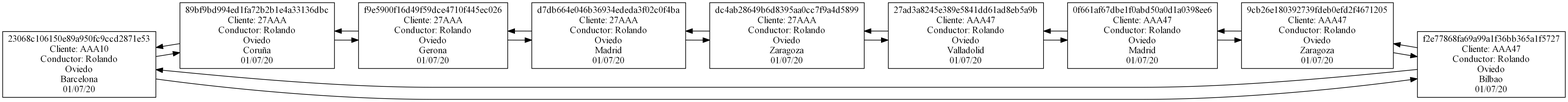
Pegre369/-EDD-Proyecto2_201701187_201706357 keeps this Graphviz diagram as [EDD]Proyecto2/Bloc_Viaje.png. Above is the earlier version. Its source is kept beside it as [EDD]Proyecto2/Bloc_Viaje.dot.
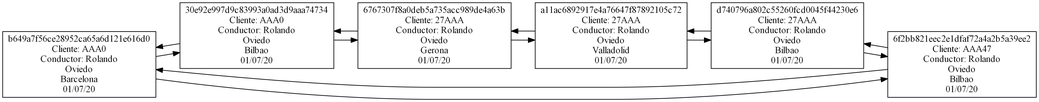
Above is the later version.

What changed in the source:
```diff
@@ -2,76 +2,52 @@
  rankdir=LR
  node[shape=box];
 graph [ dpi = 300 ];
-D23068c106150e89a950fc9ccd2871e53[label="23068c106150e89a950fc9ccd2871e53
-Cliente: AAA10
+Db649a7f56ce28952ca65a6d121e616d0[label="b649a7f56ce28952ca65a6d121e616d0
+Cliente: AAA0
 Conductor: Rolando
 Oviedo
 Barcelona
 01/07/20"];
-D89bf9bd994ed1fa72b2b1e4a33136dbc[label="89bf9bd994ed1fa72b2b1e4a33136dbc
-Cliente: 27AAA
+D30e92e997d9c83993a0ad3d9aaa74734[label="30e92e997d9c83993a0ad3d9aaa74734
+Cliente: AAA0
 Conductor: Rolando
 Oviedo
-Coruña
+Bilbao
 01/07/20"];
-Df9e5900f16d49f59dce4710f445ec026[label="f9e5900f16d49f59dce4710f445ec026
+D6767307f8a0deb5a735acc989de4a63b[label="6767307f8a0deb5a735acc989de4a63b
 Cliente: 27AAA
 Conductor: Rolando
 Oviedo
 Gerona
 01/07/20"];
-Dd7db664e046b36934ededa3f02c0f4ba[label="d7db664e046b36934ededa3f02c0f4ba
+Da11ac6892917e4a76647f87892105c72[label="a11ac6892917e4a76647f87892105c72
 Cliente: 27AAA
-Conductor: Rolando
-Oviedo
-Madrid
-01/07/20"];
-Ddc4ab28649b6d8395aa0cc7f9a4d5899[label="dc4ab28649b6d8395aa0cc7f9a4d5899
-Cliente: 27AAA
-Conductor: Rolando
-Oviedo
-Zaragoza
-01/07/20"];
-D27ad3a8245e389e5841dd61ad8eb5a9b[label="27ad3a8245e389e5841dd61ad8eb5a9b
-Cliente: AAA47
 Conductor: Rolando
 Oviedo
 Valladolid
 01/07/20"];
-D0f661af67dbe1f0abd50a0d1a0398ee6[label="0f661af67dbe1f0abd50a0d1a0398ee6
-Cliente: AAA47
+Dd740796a802c55260fcd0045f44230e6[label="d740796a802c55260fcd0045f44230e6
+Cliente: 27AAA
 Conductor: Rolando
 Oviedo
-Madrid
+Bilbao
 01/07/20"];
-D9cb26e180392739fdeb0efd2f4671205[label="9cb26e180392739fdeb0efd2f4671205
-Cliente: AAA47
-Conductor: Rolando
-Oviedo
-Zaragoza
-01/07/20"];
-Df2e77868fa69a99a1f36bb365a1f5727[label="f2e77868fa69a99a1f36bb365a1f5727
+D6f2bb821eec2e1dfaf72a4a2b5a39ee2[label="6f2bb821eec2e1dfaf72a4a2b5a39ee2
 Cliente: AAA47
 Conductor: Rolando
 Oviedo
 Bilbao
 01/07/20"];
-D23068c106150e89a950fc9ccd2871e53->D89bf9bd994ed1fa72b2b1e4a33136dbc
-D23068c106150e89a950fc9ccd2871e53->Df2e77868fa69a99a1f36bb365a1f5727
-D89bf9bd994ed1fa72b2b1e4a33136dbc->Df9e5900f16d49f59dce4710f445ec026
-D89bf9bd994ed1fa72b2b1e4a33136dbc->D23068c106150e89a950fc9ccd2871e53
-Df9e5900f16d49f59dce4710f445ec026->Dd7db664e046b36934ededa3f02c0f4ba
-Df9e5900f16d49f59dce4710f445ec026->D89bf9bd994ed1fa72b2b1e4a33136dbc
-Dd7db664e046b36934ededa3f02c0f4ba->Ddc4ab28649b6d8395aa0cc7f9a4d5899
-Dd7db664e046b36934ededa3f02c0f4ba->Df9e5900f16d49f59dce4710f445ec026
-Ddc4ab28649b6d8395aa0cc7f9a4d5899->D27ad3a8245e389e5841dd61ad8eb5a9b
-Ddc4ab28649b6d8395aa0cc7f9a4d5899->Dd7db664e046b36934ededa3f02c0f4ba
-D27ad3a8245e389e5841dd61ad8eb5a9b->D0f661af67dbe1f0abd50a0d1a0398ee6
-D27ad3a8245e389e5841dd61ad8eb5a9b->Ddc4ab28649b6d8395aa0cc7f9a4d5899
-D0f661af67dbe1f0abd50a0d1a0398ee6->D9cb26e180392739fdeb0efd2f4671205
-D0f661af67dbe1f0abd50a0d1a0398ee6->D27ad3a8245e389e5841dd61ad8eb5a9b
-D9cb26e180392739fdeb0efd2f4671205->Df2e77868fa69a99a1f36bb365a1f5727
-D9cb26e180392739fdeb0efd2f4671205->D0f661af67dbe1f0abd50a0d1a0398ee6
-Df2e77868fa69a99a1f36bb365a1f5727->D23068c106150e89a950fc9ccd2871e53
-Df2e77868fa69a99a1f36bb365a1f5727->D9cb26e180392739fdeb0efd2f4671205
+Db649a7f56ce28952ca65a6d121e616d0->D30e92e997d9c83993a0ad3d9aaa74734
+Db649a7f56ce28952ca65a6d121e616d0->D6f2bb821eec2e1dfaf72a4a2b5a39ee2
+D30e92e997d9c83993a0ad3d9aaa74734->D6767307f8a0deb5a735acc989de4a63b
+D30e92e997d9c83993a0ad3d9aaa74734->Db649a7f56ce28952ca65a6d121e616d0
+D6767307f8a0deb5a735acc989de4a63b->Da11ac6892917e4a76647f87892105c72
+D6767307f8a0deb5a735acc989de4a63b->D30e92e997d9c83993a0ad3d9aaa74734
+Da11ac6892917e4a76647f87892105c72->Dd740796a802c55260fcd0045f44230e6
+Da11ac6892917e4a76647f87892105c72->D6767307f8a0deb5a735acc989de4a63b
+Dd740796a802c55260fcd0045f44230e6->D6f2bb821eec2e1dfaf72a4a2b5a39ee2
+Dd740796a802c55260fcd0045f44230e6->Da11ac6892917e4a76647f87892105c72
+D6f2bb821eec2e1dfaf72a4a2b5a39ee2->Db649a7f56ce28952ca65a6d121e616d0
+D6f2bb821eec2e1dfaf72a4a2b5a39ee2->Dd740796a802c55260fcd0045f44230e6
 }
```
